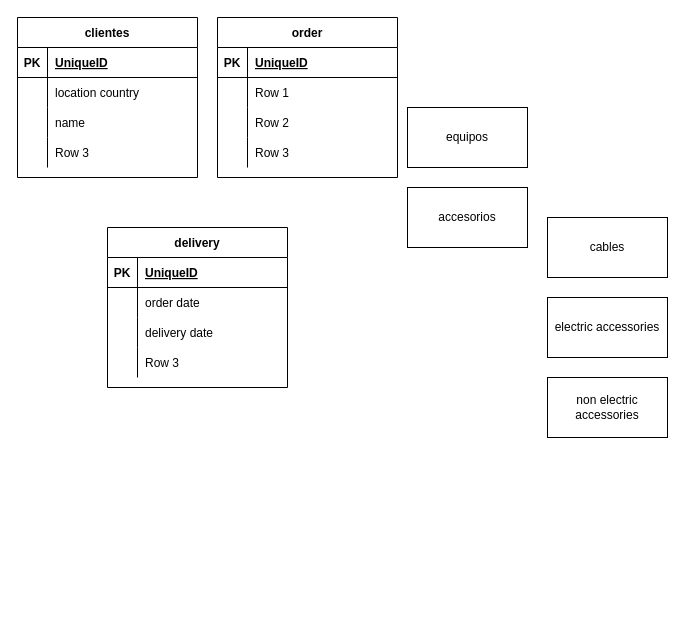
OtariOboladze/daily_100_lines_challenge keeps this draw.io diagram as Untitled Diagram.drawio. Above is the earlier version. Source tidied: cells renumbered, new cells numbered last; positions are measured from the earlier drawing's top-left corner, leaving out a move shared by most shapes. Both pictures are drawn from the tidied source at 100%, with x=0, y=0 at pixel (17, 17).
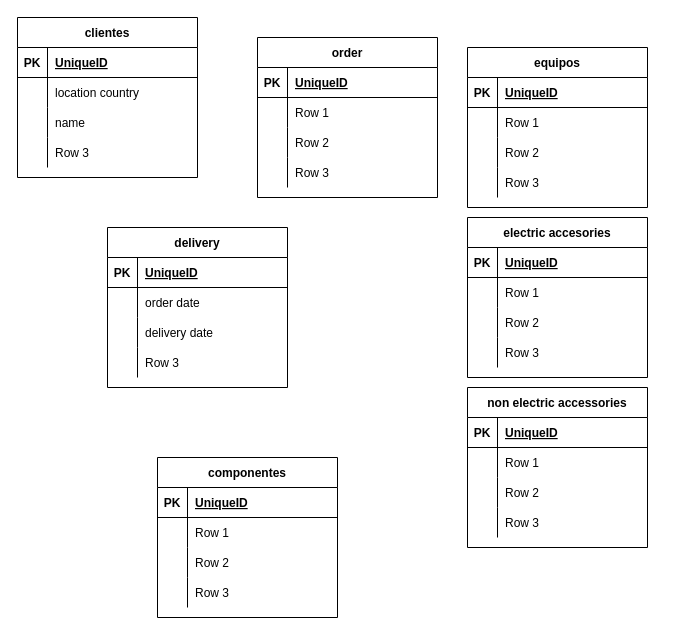
The same page after the edit.

The edit, as a diff of the source:
```diff
@@
-    <mxCell id="2" value="equipos" style="rounded=0;whiteSpace=wrap;html=1;" parent="1" vertex="1">
-      <mxGeometry x="390" y="90" width="120" height="60" as="geometry" />
-    </mxCell>
-    <mxCell id="3" value="accesorios" style="rounded=0;whiteSpace=wrap;html=1;" parent="1" vertex="1">
-      <mxGeometry x="390" y="170" width="120" height="60" as="geometry" />
-    </mxCell>
-    <mxCell id="4" value="cables" style="rounded=0;whiteSpace=wrap;html=1;" parent="1" vertex="1">
-      <mxGeometry x="530" y="200" width="120" height="60" as="geometry" />
-    </mxCell>
-    <mxCell id="5" value="electric accessories" style="rounded=0;whiteSpace=wrap;html=1;" parent="1" vertex="1">
-      <mxGeometry x="530" y="280" width="120" height="60" as="geometry" />
-    </mxCell>
-    <mxCell id="6" value="non electric accessories" style="rounded=0;whiteSpace=wrap;html=1;" parent="1" vertex="1">
-      <mxGeometry x="530" y="360" width="120" height="60" as="geometry" />
-    </mxCell>
@@
     <mxCell id="20" value="order" style="shape=table;startSize=30;childLayout=tableLayout;rowLines=0;fontStyle=1;align=center;" parent="1" vertex="1">
-      <mxGeometry x="200" width="180" height="160" as="geometry" />
+      <mxGeometry x="240" y="20" width="180" height="160" as="geometry" />
     </mxCell>
@@
+    <mxCell id="2" value="equipos" style="shape=table;startSize=30;childLayout=tableLayout;rowLines=0;fontStyle=1;align=center;" parent="1" vertex="1">
+      <mxGeometry x="450" y="30" width="180" height="160" as="geometry" />
+    </mxCell>
+    <mxCell id="46" style="shape=partialRectangle;fillColor=none;top=0;left=0;bottom=1;right=0;" parent="2" vertex="1">
+      <mxGeometry y="30" width="180" height="30" as="geometry" />
+    </mxCell>
+    <mxCell id="47" value="PK" style="shape=partialRectangle;fillColor=none;top=0;left=0;bottom=0;right=0;fontStyle=1;overflow=hidden;" parent="46" vertex="1">
+      <mxGeometry width="30" height="30" as="geometry" />
+    </mxCell>
+    <mxCell id="48" value="UniqueID" style="shape=partialRectangle;fillColor=none;top=0;left=0;bottom=0;right=0;align=left;spacingLeft=6;fontStyle=5;overflow=hidden;" parent="46" vertex="1">
+      <mxGeometry x="30" width="150" height="30" as="geometry" />
+    </mxCell>
+    <mxCell id="49" style="shape=partialRectangle;fillColor=none;top=0;left=0;bottom=0;right=0;" parent="2" vertex="1">
+      <mxGeometry y="60" width="180" height="30" as="geometry" />
+    </mxCell>
+    <mxCell id="50" style="shape=partialRectangle;fillColor=none;top=0;left=0;bottom=0;right=0;overflow=hidden;" parent="49" vertex="1">
+      <mxGeometry width="30" height="30" as="geometry" />
+    </mxCell>
+    <mxCell id="51" value="Row 1" style="shape=partialRectangle;fillColor=none;top=0;left=0;bottom=0;right=0;align=left;spacingLeft=6;overflow=hidden;" parent="49" vertex="1">
+      <mxGeometry x="30" width="150" height="30" as="geometry" />
+    </mxCell>
+    <mxCell id="52" style="shape=partialRectangle;fillColor=none;top=0;left=0;bottom=0;right=0;" parent="2" vertex="1">
+      <mxGeometry y="90" width="180" height="30" as="geometry" />
+    </mxCell>
+    <mxCell id="53" style="shape=partialRectangle;fillColor=none;top=0;left=0;bottom=0;right=0;overflow=hidden;" parent="52" vertex="1">
+      <mxGeometry width="30" height="30" as="geometry" />
+    </mxCell>
+    <mxCell id="54" value="Row 2" style="shape=partialRectangle;fillColor=none;top=0;left=0;bottom=0;right=0;align=left;spacingLeft=6;overflow=hidden;" parent="52" vertex="1">
+      <mxGeometry x="30" width="150" height="30" as="geometry" />
+    </mxCell>
+    <mxCell id="55" style="shape=partialRectangle;fillColor=none;top=0;left=0;bottom=0;right=0;" parent="2" vertex="1">
+      <mxGeometry y="120" width="180" height="30" as="geometry" />
+    </mxCell>
+    <mxCell id="56" style="shape=partialRectangle;fillColor=none;top=0;left=0;bottom=0;right=0;overflow=hidden;" parent="55" vertex="1">
+      <mxGeometry width="30" height="30" as="geometry" />
+    </mxCell>
+    <mxCell id="57" value="Row 3" style="shape=partialRectangle;fillColor=none;top=0;left=0;bottom=0;right=0;align=left;spacingLeft=6;overflow=hidden;" parent="55" vertex="1">
+      <mxGeometry x="30" width="150" height="30" as="geometry" />
+    </mxCell>
+    <mxCell id="58" value="electric accesories" style="shape=table;startSize=30;childLayout=tableLayout;rowLines=0;fontStyle=1;align=center;" parent="1" vertex="1">
+      <mxGeometry x="450" y="200" width="180" height="160" as="geometry" />
+    </mxCell>
+    <mxCell id="59" style="shape=partialRectangle;fillColor=none;top=0;left=0;bottom=1;right=0;" parent="58" vertex="1">
+      <mxGeometry y="30" width="180" height="30" as="geometry" />
+    </mxCell>
+    <mxCell id="60" value="PK" style="shape=partialRectangle;fillColor=none;top=0;left=0;bottom=0;right=0;fontStyle=1;overflow=hidden;" parent="59" vertex="1">
+      <mxGeometry width="30" height="30" as="geometry" />
+    </mxCell>
+    <mxCell id="61" value="UniqueID" style="shape=partialRectangle;fillColor=none;top=0;left=0;bottom=0;right=0;align=left;spacingLeft=6;fontStyle=5;overflow=hidden;" parent="59" vertex="1">
+      <mxGeometry x="30" width="150" height="30" as="geometry" />
+    </mxCell>
+    <mxCell id="62" style="shape=partialRectangle;fillColor=none;top=0;left=0;bottom=0;right=0;" parent="58" vertex="1">
+      <mxGeometry y="60" width="180" height="30" as="geometry" />
+    </mxCell>
+    <mxCell id="63" style="shape=partialRectangle;fillColor=none;top=0;left=0;bottom=0;right=0;overflow=hidden;" parent="62" vertex="1">
+      <mxGeometry width="30" height="30" as="geometry" />
+    </mxCell>
+    <mxCell id="64" value="Row 1" style="shape=partialRectangle;fillColor=none;top=0;left=0;bottom=0;right=0;align=left;spacingLeft=6;overflow=hidden;" parent="62" vertex="1">
+      <mxGeometry x="30" width="150" height="30" as="geometry" />
+    </mxCell>
+    <mxCell id="65" style="shape=partialRectangle;fillColor=none;top=0;left=0;bottom=0;right=0;" parent="58" vertex="1">
+      <mxGeometry y="90" width="180" height="30" as="geometry" />
+    </mxCell>
+    <mxCell id="66" style="shape=partialRectangle;fillColor=none;top=0;left=0;bottom=0;right=0;overflow=hidden;" parent="65" vertex="1">
+      <mxGeometry width="30" height="30" as="geometry" />
+    </mxCell>
+    <mxCell id="67" value="Row 2" style="shape=partialRectangle;fillColor=none;top=0;left=0;bottom=0;right=0;align=left;spacingLeft=6;overflow=hidden;" parent="65" vertex="1">
+      <mxGeometry x="30" width="150" height="30" as="geometry" />
+    </mxCell>
+    <mxCell id="68" style="shape=partialRectangle;fillColor=none;top=0;left=0;bottom=0;right=0;" parent="58" vertex="1">
+      <mxGeometry y="120" width="180" height="30" as="geometry" />
+    </mxCell>
+    <mxCell id="69" style="shape=partialRectangle;fillColor=none;top=0;left=0;bottom=0;right=0;overflow=hidden;" parent="68" vertex="1">
+      <mxGeometry width="30" height="30" as="geometry" />
+    </mxCell>
+    <mxCell id="70" value="Row 3" style="shape=partialRectangle;fillColor=none;top=0;left=0;bottom=0;right=0;align=left;spacingLeft=6;overflow=hidden;" parent="68" vertex="1">
+      <mxGeometry x="30" width="150" height="30" as="geometry" />
+    </mxCell>
+    <mxCell id="6" value="non electric accessories" style="shape=table;startSize=30;childLayout=tableLayout;rowLines=0;fontStyle=1;align=center;" parent="1" vertex="1">
+      <mxGeometry x="450" y="370" width="180" height="160" as="geometry" />
+    </mxCell>
+    <mxCell id="71" style="shape=partialRectangle;fillColor=none;top=0;left=0;bottom=1;right=0;" parent="6" vertex="1">
+      <mxGeometry y="30" width="180" height="30" as="geometry" />
+    </mxCell>
+    <mxCell id="72" value="PK" style="shape=partialRectangle;fillColor=none;top=0;left=0;bottom=0;right=0;fontStyle=1;overflow=hidden;" parent="71" vertex="1">
+      <mxGeometry width="30" height="30" as="geometry" />
+    </mxCell>
+    <mxCell id="73" value="UniqueID" style="shape=partialRectangle;fillColor=none;top=0;left=0;bottom=0;right=0;align=left;spacingLeft=6;fontStyle=5;overflow=hidden;" parent="71" vertex="1">
+      <mxGeometry x="30" width="150" height="30" as="geometry" />
+    </mxCell>
+    <mxCell id="74" style="shape=partialRectangle;fillColor=none;top=0;left=0;bottom=0;right=0;" parent="6" vertex="1">
+      <mxGeometry y="60" width="180" height="30" as="geometry" />
+    </mxCell>
+    <mxCell id="75" style="shape=partialRectangle;fillColor=none;top=0;left=0;bottom=0;right=0;overflow=hidden;" parent="74" vertex="1">
+      <mxGeometry width="30" height="30" as="geometry" />
+    </mxCell>
+    <mxCell id="76" value="Row 1" style="shape=partialRectangle;fillColor=none;top=0;left=0;bottom=0;right=0;align=left;spacingLeft=6;overflow=hidden;" parent="74" vertex="1">
+      <mxGeometry x="30" width="150" height="30" as="geometry" />
+    </mxCell>
+    <mxCell id="77" style="shape=partialRectangle;fillColor=none;top=0;left=0;bottom=0;right=0;" parent="6" vertex="1">
+      <mxGeometry y="90" width="180" height="30" as="geometry" />
+    </mxCell>
+    <mxCell id="78" style="shape=partialRectangle;fillColor=none;top=0;left=0;bottom=0;right=0;overflow=hidden;" parent="77" vertex="1">
+      <mxGeometry width="30" height="30" as="geometry" />
+    </mxCell>
+    <mxCell id="79" value="Row 2" style="shape=partialRectangle;fillColor=none;top=0;left=0;bottom=0;right=0;align=left;spacingLeft=6;overflow=hidden;" parent="77" vertex="1">
+      <mxGeometry x="30" width="150" height="30" as="geometry" />
+    </mxCell>
+    <mxCell id="80" style="shape=partialRectangle;fillColor=none;top=0;left=0;bottom=0;right=0;" parent="6" vertex="1">
+      <mxGeometry y="120" width="180" height="30" as="geometry" />
+    </mxCell>
+    <mxCell id="81" style="shape=partialRectangle;fillColor=none;top=0;left=0;bottom=0;right=0;overflow=hidden;" parent="80" vertex="1">
+      <mxGeometry width="30" height="30" as="geometry" />
+    </mxCell>
+    <mxCell id="82" value="Row 3" style="shape=partialRectangle;fillColor=none;top=0;left=0;bottom=0;right=0;align=left;spacingLeft=6;overflow=hidden;" parent="80" vertex="1">
+      <mxGeometry x="30" width="150" height="30" as="geometry" />
+    </mxCell>
+    <mxCell id="83" value="componentes" style="shape=table;startSize=30;childLayout=tableLayout;rowLines=0;fontStyle=1;align=center;" parent="1" vertex="1">
+      <mxGeometry x="140" y="440" width="180" height="160" as="geometry" />
+    </mxCell>
+    <mxCell id="84" style="shape=partialRectangle;fillColor=none;top=0;left=0;bottom=1;right=0;" parent="83" vertex="1">
+      <mxGeometry y="30" width="180" height="30" as="geometry" />
+    </mxCell>
+    <mxCell id="85" value="PK" style="shape=partialRectangle;fillColor=none;top=0;left=0;bottom=0;right=0;fontStyle=1;overflow=hidden;" parent="84" vertex="1">
+      <mxGeometry width="30" height="30" as="geometry" />
+    </mxCell>
+    <mxCell id="86" value="UniqueID" style="shape=partialRectangle;fillColor=none;top=0;left=0;bottom=0;right=0;align=left;spacingLeft=6;fontStyle=5;overflow=hidden;" parent="84" vertex="1">
+      <mxGeometry x="30" width="150" height="30" as="geometry" />
+    </mxCell>
+    <mxCell id="87" style="shape=partialRectangle;fillColor=none;top=0;left=0;bottom=0;right=0;" parent="83" vertex="1">
+      <mxGeometry y="60" width="180" height="30" as="geometry" />
+    </mxCell>
+    <mxCell id="88" style="shape=partialRectangle;fillColor=none;top=0;left=0;bottom=0;right=0;overflow=hidden;" parent="87" vertex="1">
+      <mxGeometry width="30" height="30" as="geometry" />
+    </mxCell>
+    <mxCell id="89" value="Row 1" style="shape=partialRectangle;fillColor=none;top=0;left=0;bottom=0;right=0;align=left;spacingLeft=6;overflow=hidden;" parent="87" vertex="1">
+      <mxGeometry x="30" width="150" height="30" as="geometry" />
+    </mxCell>
+    <mxCell id="90" style="shape=partialRectangle;fillColor=none;top=0;left=0;bottom=0;right=0;" parent="83" vertex="1">
+      <mxGeometry y="90" width="180" height="30" as="geometry" />
+    </mxCell>
+    <mxCell id="91" style="shape=partialRectangle;fillColor=none;top=0;left=0;bottom=0;right=0;overflow=hidden;" parent="90" vertex="1">
+      <mxGeometry width="30" height="30" as="geometry" />
+    </mxCell>
+    <mxCell id="92" value="Row 2" style="shape=partialRectangle;fillColor=none;top=0;left=0;bottom=0;right=0;align=left;spacingLeft=6;overflow=hidden;" parent="90" vertex="1">
+      <mxGeometry x="30" width="150" height="30" as="geometry" />
+    </mxCell>
+    <mxCell id="93" style="shape=partialRectangle;fillColor=none;top=0;left=0;bottom=0;right=0;" parent="83" vertex="1">
+      <mxGeometry y="120" width="180" height="30" as="geometry" />
+    </mxCell>
+    <mxCell id="94" style="shape=partialRectangle;fillColor=none;top=0;left=0;bottom=0;right=0;overflow=hidden;" parent="93" vertex="1">
+      <mxGeometry width="30" height="30" as="geometry" />
+    </mxCell>
+    <mxCell id="95" value="Row 3" style="shape=partialRectangle;fillColor=none;top=0;left=0;bottom=0;right=0;align=left;spacingLeft=6;overflow=hidden;" parent="93" vertex="1">
+      <mxGeometry x="30" width="150" height="30" as="geometry" />
+    </mxCell>
```
